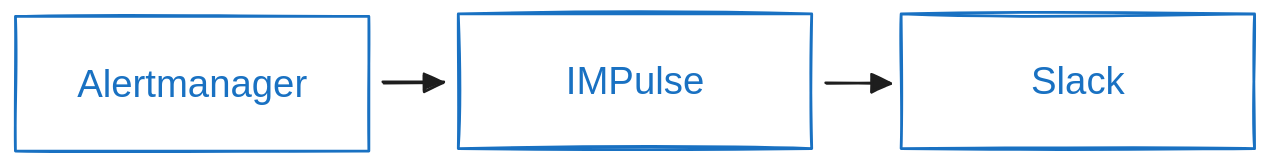
The Excalidraw diagram docs/media/impulse.excalidraw.svg in DiTsi/impulse-docs, before a commit. Source tidied: one line per element, renumbered; positions are measured from the earlier drawing's top-left corner, leaving out a move shared by most shapes.
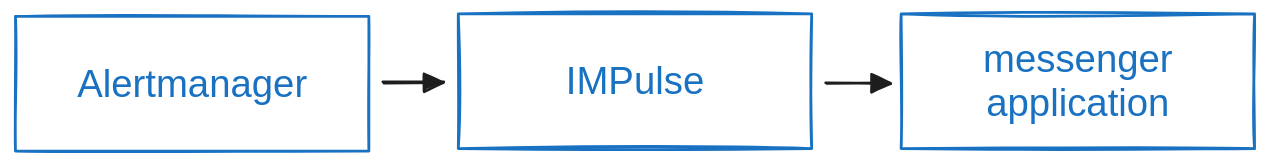
The same diagram one commit later.

Change to the diagram source:
```diff
@@ -1,7 +1,7 @@
 {"id": 0, "type": "rectangle", "strokeColor": "#1971c2", "strokeWidth": 2, "roughness": 1, "x": 317, "y": 0, "width": 253, "height": 96}
 {"id": 1, "type": "text", "text": "IMPulse", "strokeColor": "#1971c2", "strokeWidth": 2, "roughness": 1, "fontSize": 27.44, "fontFamily": 2, "textAlign": "center", "verticalAlign": "middle", "inside": 0, "x": 394, "y": 32, "width": 99, "height": 32}
 {"id": 2, "type": "rectangle", "strokeColor": "#1971c2", "strokeWidth": 2, "roughness": 1, "x": 634, "y": 0, "width": 253, "height": 96}
-{"id": 3, "type": "text", "text": "Slack", "strokeColor": "#1971c2", "strokeWidth": 2, "roughness": 1, "fontSize": 27.44, "fontFamily": 2, "textAlign": "center", "verticalAlign": "middle", "inside": 2, "x": 727, "y": 32, "width": 67, "height": 32}
+{"id": 3, "type": "text", "text": "messenger\napplication", "strokeColor": "#1971c2", "strokeWidth": 2, "roughness": 1, "fontSize": 27.44, "fontFamily": 2, "textAlign": "center", "verticalAlign": "middle", "inside": 2, "x": 693, "y": 17, "width": 136, "height": 63}
 {"id": 4, "type": "arrow", "strokeColor": "#1e1e1e", "strokeWidth": 2, "roughness": 1, "endArrowhead": "triangle", "round": true, "from": 0, "to": 2, "x": 581, "y": 50, "width": 45, "height": 0, "points": [[0, 0], [45, 0]]}
 {"id": 5, "type": "rectangle", "strokeColor": "#1971c2", "strokeWidth": 2, "roughness": 1, "x": 0, "y": 2, "width": 253, "height": 96}
 {"id": 6, "type": "text", "text": "Alertmanager", "strokeColor": "#1971c2", "strokeWidth": 2, "roughness": 1, "fontSize": 27.44, "fontFamily": 2, "textAlign": "center", "verticalAlign": "middle", "inside": 5, "x": 44, "y": 34, "width": 165, "height": 32}
```
